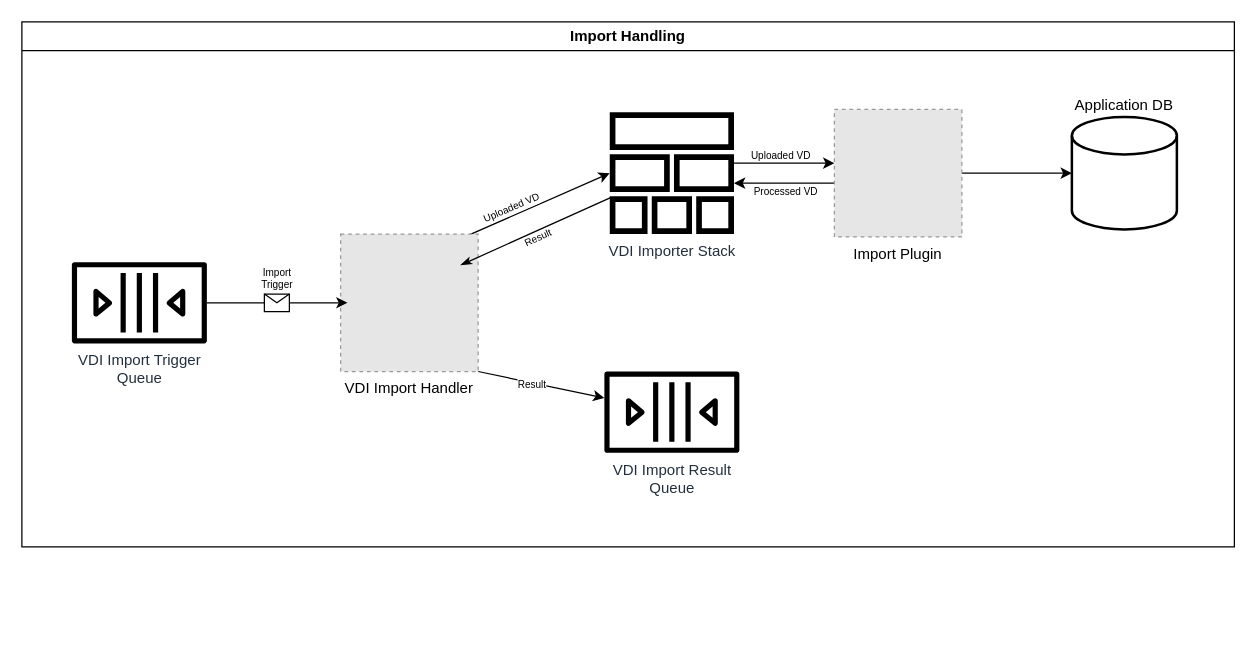
This is docs/design/1.0/diagrams/3-import-handling.drawio from VEuPathDB/vdi-service, a draw.io file, before an edit. Source tidied: cells renumbered, new cells numbered last; positions are measured from the earlier drawing's top-left corner, leaving out a move shared by most shapes. Both pictures are drawn from the tidied source at 125%, with x=0, y=0 at pixel (21, 21). Pictures stored in the file or linked from it are replaced by grey dashed boxes.
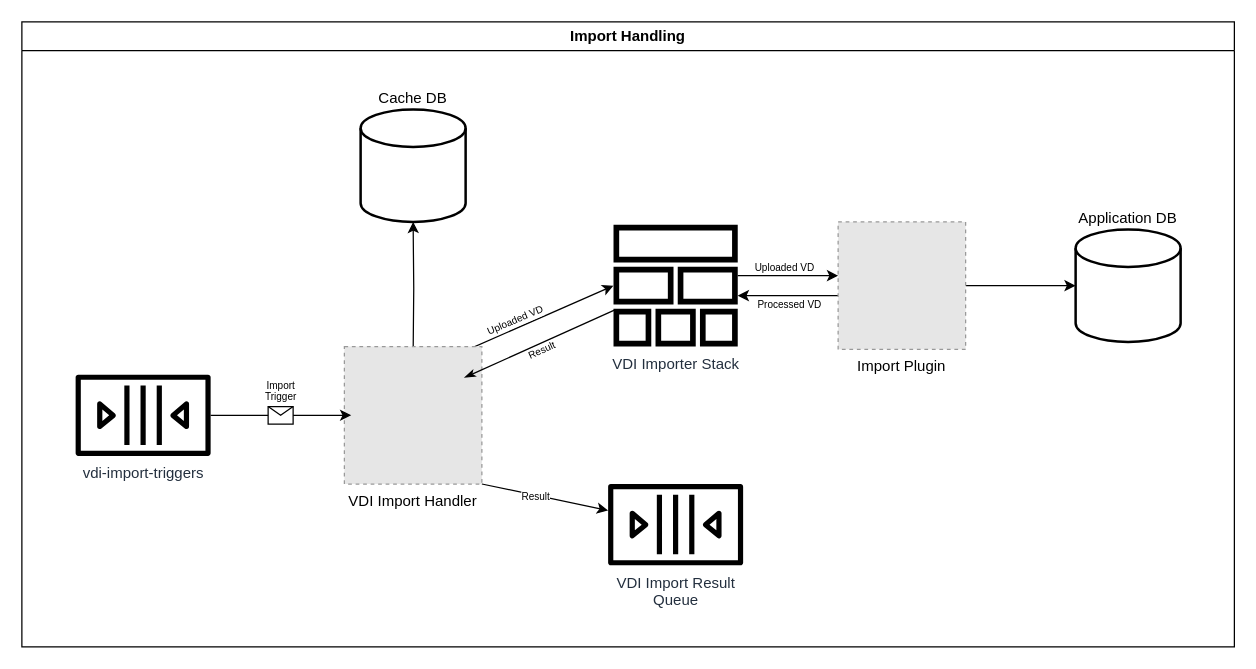
The same diagram, later.

Change to the diagram source:
```diff
@@
     <mxCell id="2" value="Import Handling" style="swimlane;whiteSpace=wrap;html=1;fontSize=12;fillColor=default;" parent="1" vertex="1">
-      <mxGeometry width="970" height="420" as="geometry" />
+      <mxGeometry width="970" height="500" as="geometry" />
     </mxCell>
-    <mxCell id="3" value="VDI Import Trigger&lt;br&gt;Queue" style="sketch=0;outlineConnect=0;fontColor=#232F3E;gradientColor=none;fillColor=#000000;strokeColor=none;dashed=0;verticalLabelPosition=bottom;verticalAlign=top;align=center;html=1;fontSize=12;fontStyle=0;shape=mxgraph.aws4.queue;" parent="2" vertex="1">
-      <mxGeometry x="40" y="192.2" width="108" height="65.1" as="geometry" />
+    <mxCell id="3" value="vdi-import-triggers" style="sketch=0;outlineConnect=0;fontColor=#232F3E;gradientColor=none;fillColor=#000000;strokeColor=none;dashed=0;verticalLabelPosition=bottom;verticalAlign=top;align=center;html=1;fontSize=12;fontStyle=0;shape=mxgraph.aws4.queue;" parent="2" vertex="1">
+      <mxGeometry x="43" y="282.2" width="108" height="65.1" as="geometry" />
     </mxCell>
     <mxCell id="4" style="edgeStyle=none;rounded=0;jettySize=auto;html=1;entryX=0;entryY=0.5;entryDx=0;entryDy=0;entryPerimeter=0;" parent="2" edge="1" target="13">
       <mxGeometry relative="1" as="geometry">
-        <mxPoint x="337" y="179.6" as="sourcePoint" />
+        <mxPoint x="340" y="269.6" as="sourcePoint" />
       </mxGeometry>
     </mxCell>
@@
+    <mxCell id="22" style="edgeStyle=orthogonalEdgeStyle;rounded=0;jettySize=auto;html=1;entryX=0.5;entryY=1;entryDx=0;entryDy=0;entryPerimeter=0;" parent="2" edge="1" target="23">
+      <mxGeometry relative="1" as="geometry">
+        <mxPoint x="313" y="266" as="sourcePoint" />
+      </mxGeometry>
+    </mxCell>
     <mxCell id="8" value="VDI Import Handler" style="fillColor=#E6E6E6;strokeColor=#999999;dashed=1;verticalLabelPosition=bottom;labelBackgroundColor=default;verticalAlign=top;" parent="2" vertex="1">
-      <mxGeometry x="255" y="169.7" width="110" height="110" as="geometry" />
+      <mxGeometry x="258" y="259.7" width="110" height="110" as="geometry" />
     </mxCell>
@@
     <mxCell id="11" style="edgeStyle=none;rounded=0;orthogonalLoop=1;jettySize=auto;html=1;" parent="2" edge="1">
       <mxGeometry relative="1" as="geometry">
-        <mxPoint x="569.7" y="113" as="sourcePoint" />
-        <mxPoint x="650" y="113" as="targetPoint" />
+        <mxPoint x="572.7" y="203" as="sourcePoint" />
+        <mxPoint x="653" y="203" as="targetPoint" />
       </mxGeometry>
     </mxCell>
@@
     <mxCell id="13" value="VDI Importer Stack" style="sketch=0;outlineConnect=0;fontColor=#232F3E;gradientColor=none;fillColor=#000000;strokeColor=none;dashed=0;verticalLabelPosition=bottom;verticalAlign=top;align=center;html=1;fontSize=12;fontStyle=0;shape=mxgraph.aws4.stack;points=[[0,0,0,0,0],[0,0.5,0,0,0],[0,1,0,0,0],[0.5,0,0,0,0],[0.5,1,0,0,0]];" parent="2" vertex="1">
-      <mxGeometry x="470" y="72.3" width="100" height="97.4" as="geometry" />
+      <mxGeometry x="473" y="162.3" width="100" height="97.4" as="geometry" />
     </mxCell>
     <mxCell id="14" value="VDI Import Result&lt;br&gt;Queue" style="sketch=0;outlineConnect=0;fontColor=#232F3E;gradientColor=none;fillColor=#000000;strokeColor=none;dashed=0;verticalLabelPosition=bottom;verticalAlign=top;align=center;html=1;fontSize=12;fontStyle=0;shape=mxgraph.aws4.queue;" parent="2" vertex="1">
-      <mxGeometry x="466" y="279.7" width="108" height="65.1" as="geometry" />
+      <mxGeometry x="469" y="369.7" width="108" height="65.1" as="geometry" />
     </mxCell>
@@
     <mxCell id="16" style="edgeStyle=none;rounded=0;orthogonalLoop=1;jettySize=auto;html=1;" parent="2" edge="1">
       <mxGeometry relative="1" as="geometry">
-        <mxPoint x="650" y="129" as="sourcePoint" />
-        <mxPoint x="569.7" y="129" as="targetPoint" />
+        <mxPoint x="653" y="219" as="sourcePoint" />
+        <mxPoint x="572.7" y="219" as="targetPoint" />
       </mxGeometry>
     </mxCell>
@@
     <mxCell id="18" value="Import Plugin" style="fillColor=#E6E6E6;strokeColor=#999999;dashed=1;verticalLabelPosition=bottom;labelBackgroundColor=default;verticalAlign=top;" parent="2" vertex="1">
-      <mxGeometry x="650" y="70" width="102" height="102" as="geometry" />
+      <mxGeometry x="653" y="160" width="102" height="102" as="geometry" />
     </mxCell>
     <mxCell id="19" value="Application DB" style="strokeWidth=2;html=1;shape=mxgraph.flowchart.database;whiteSpace=wrap;fontSize=12;fillColor=default;labelPosition=center;verticalLabelPosition=top;align=center;verticalAlign=bottom;" parent="2" vertex="1">
-      <mxGeometry x="840" y="76" width="84" height="90" as="geometry" />
+      <mxGeometry x="843" y="166" width="84" height="90" as="geometry" />
     </mxCell>
+    <mxCell id="23" value="Cache DB" style="strokeWidth=2;html=1;shape=mxgraph.flowchart.database;whiteSpace=wrap;fontSize=12;fillColor=default;labelPosition=center;verticalLabelPosition=top;align=center;verticalAlign=bottom;" parent="2" vertex="1">
+      <mxGeometry x="271" y="70" width="84" height="90" as="geometry" />
+    </mxCell>
     <mxCell id="20" style="edgeStyle=none;rounded=0;orthogonalLoop=1;jettySize=auto;html=1;entryX=0;entryY=0.5;entryDx=0;entryDy=0;entryPerimeter=0;startArrow=classicThin;startFill=1;endArrow=none;endFill=0;" parent="1" edge="1">
       <mxGeometry relative="1" as="geometry">
-        <mxPoint x="351" y="194.6" as="sourcePoint" />
-        <mxPoint x="471" y="140.6" as="targetPoint" />
+        <mxPoint x="354" y="284.6" as="sourcePoint" />
+        <mxPoint x="474" y="230.6" as="targetPoint" />
       </mxGeometry>
     </mxCell>
```
